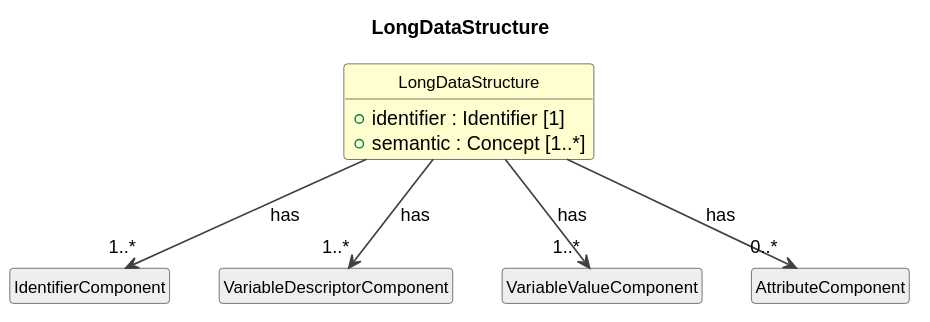
Earlier version of the PlantUML export cdif-uml-model/CDIFDataStructure/Classes/LongDataStructure.svg (Cross-Domain-Interoperability-Framework/metadataBuildingBlocks).
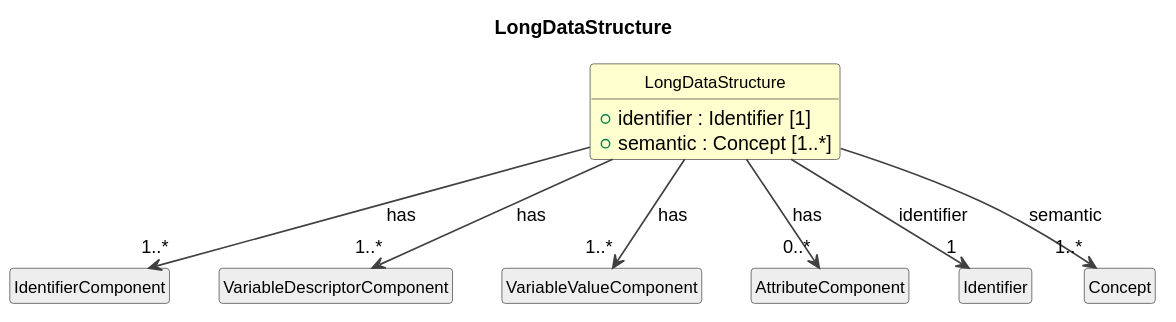
After the change.

Change to the diagram source:
```diff
@@ -22,4 +22,8 @@
 LongDataStructure --> "1..*" VariableValueComponent : has
 class "AttributeComponent" as AttributeComponent #EEEEEE
 LongDataStructure --> "0..*" AttributeComponent : has
+class "Identifier" as Identifier #EEEEEE
+LongDataStructure --> "1" Identifier : identifier
+class "Concept" as Concept #EEEEEE
+LongDataStructure --> "1..*" Concept : semantic
 @enduml
```
